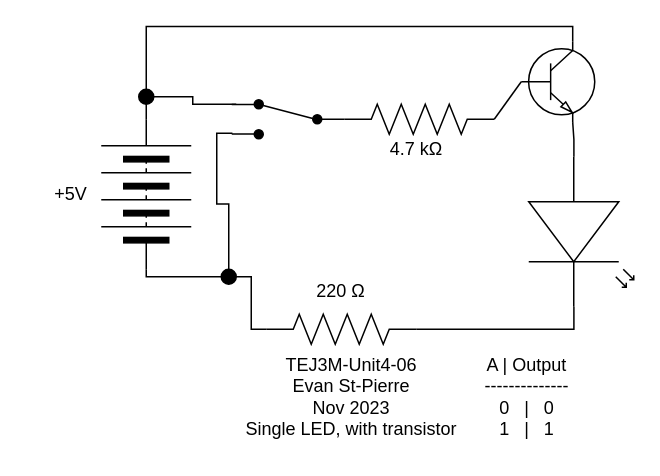
Earlier version of the draw.io diagram Unit4-06/Unit4-06.drawio (Evan-St-Pierre/TEJ3M-Unit4). Source tidied: cells renumbered, new cells numbered last; positions are measured from the earlier drawing's top-left corner, leaving out a move shared by most shapes. Both pictures are drawn from the tidied source at 150%, with x=0, y=0 at pixel (26, 36).
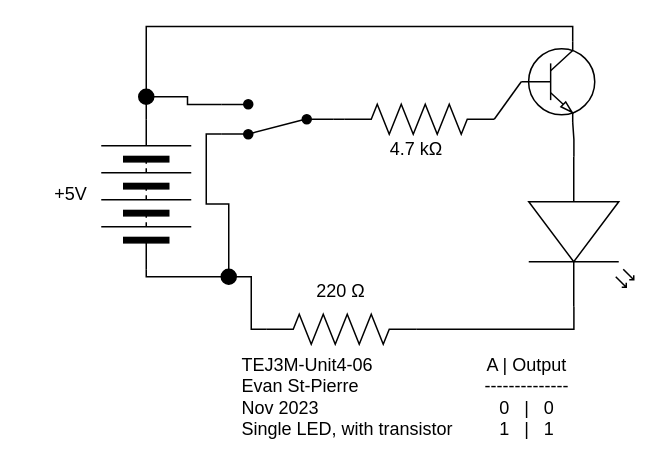
The same diagram, later.

The change refers to these unchanged cells:
```xml
<mxCell id="3" style="verticalLabelPosition=bottom;shadow=0;dashed=0;align=center;html=1;verticalAlign=top;shape=mxgraph.electrical.resistors.resistor_2;" parent="1" vertex="1">
  <mxGeometry x="212" y="45" width="100" height="20" as="geometry" />
</mxCell>
<mxCell id="15" style="ellipse;whiteSpace=wrap;html=1;fillColor=#000000;" parent="1" vertex="1">
  <mxGeometry x="130" y="155" width="10" height="10" as="geometry" />
</mxCell>
<mxCell id="20" style="ellipse;whiteSpace=wrap;html=1;fillColor=#000000;" parent="1" vertex="1">
  <mxGeometry x="75" y="35" width="10" height="10" as="geometry" />
</mxCell>
```

Change to the diagram source:
```diff
@@
-    <mxCell id="6" style="edgeStyle=orthogonalEdgeStyle;html=1;exitX=1;exitY=0.5;exitDx=0;exitDy=0;entryX=0.96;entryY=0.115;entryDx=0;entryDy=0;entryPerimeter=0;endArrow=none;endFill=0;rounded=0;startArrow=none;" parent="1" edge="1" source="20" target="11">
-      <mxGeometry relative="1" as="geometry" />
-    </mxCell>
@@
-    <mxCell id="10" value="TEJ3M-Unit4-06&lt;br&gt;Evan St-Pierre&lt;br&gt;Nov 2023&lt;br&gt;Single LED, with transistor" style="text;strokeColor=none;align=center;fillColor=none;html=1;verticalAlign=middle;whiteSpace=wrap;rounded=0;" parent="1" vertex="1">
+    <mxCell id="10" value="TEJ3M-Unit4-06&lt;br&gt;Evan St-Pierre&lt;br&gt;Nov 2023&lt;br&gt;Single LED, with transistor" style="text;strokeColor=none;align=left;fillColor=none;html=1;verticalAlign=middle;whiteSpace=wrap;rounded=0;" parent="1" vertex="1">
       <mxGeometry x="142" y="205" width="150" height="70" as="geometry" />
     </mxCell>
-    <mxCell id="11" style="shape=mxgraph.electrical.electro-mechanical.twoWaySwitch;elSwitchState=2;flipH=1;fillColor=#000000;" parent="1" vertex="1">
-      <mxGeometry x="137" y="42" width="75" height="26" as="geometry" />
-    </mxCell>
@@
-    <mxCell id="13" style="edgeStyle=orthogonalEdgeStyle;rounded=0;html=1;exitX=0.5;exitY=0;exitDx=0;exitDy=0;entryX=0.994;entryY=0.862;entryDx=0;entryDy=0;entryPerimeter=0;endArrow=none;endFill=0;" parent="1" edge="1" source="15" target="11">
-      <mxGeometry relative="1" as="geometry" />
-    </mxCell>
@@
+    <mxCell id="25" style="edgeStyle=orthogonalEdgeStyle;rounded=0;html=1;exitX=1;exitY=0.12;exitDx=0;exitDy=0;entryX=0.5;entryY=0;entryDx=0;entryDy=0;endArrow=none;endFill=0;" parent="1" edge="1" source="28" target="15">
+      <mxGeometry relative="1" as="geometry" />
+    </mxCell>
+    <mxCell id="26" style="edgeStyle=orthogonalEdgeStyle;rounded=0;html=1;exitX=1;exitY=0.88;exitDx=0;exitDy=0;entryX=1;entryY=0.5;entryDx=0;entryDy=0;endArrow=none;endFill=0;" parent="1" edge="1" source="28" target="20">
+      <mxGeometry relative="1" as="geometry" />
+    </mxCell>
+    <mxCell id="27" style="edgeStyle=orthogonalEdgeStyle;rounded=0;html=1;exitX=0;exitY=0.5;exitDx=0;exitDy=0;entryX=0;entryY=0.5;entryDx=0;entryDy=0;entryPerimeter=0;endArrow=none;endFill=0;" parent="1" edge="1" source="28" target="3">
+      <mxGeometry relative="1" as="geometry" />
+    </mxCell>
+    <mxCell id="28" style="shape=mxgraph.electrical.electro-mechanical.twoWaySwitch;elSwitchState=2;fillColor=#000000;rotation=-180;" parent="1" vertex="1">
+      <mxGeometry x="130" y="42" width="75" height="26" as="geometry" />
+    </mxCell>
```
